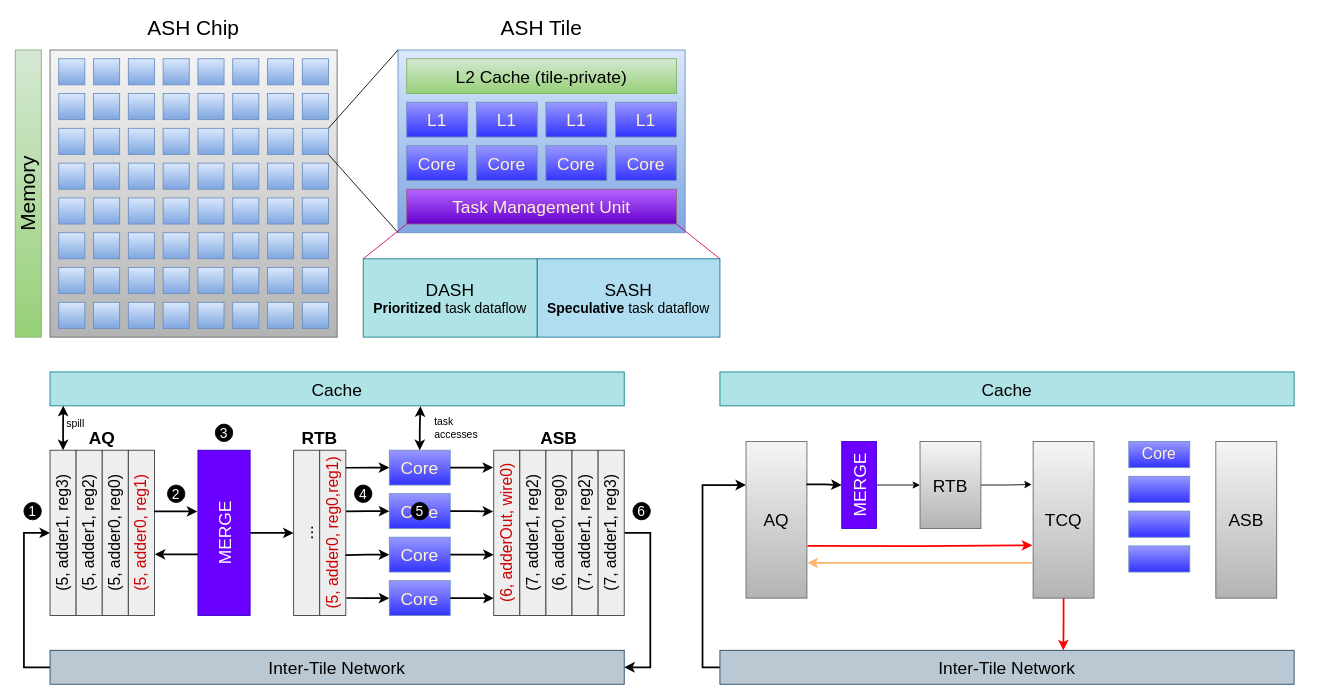
Above: verilator_digrams/专用硬件2_11.drawio in Dercury/CLDK (draw.io), before the change. Source tidied: cells renumbered, new cells numbered last; positions are measured from the earlier drawing's top-left corner, leaving out a move shared by most shapes. Both pictures are drawn from the tidied source at 87%, with x=0, y=0 at pixel (15, 15).
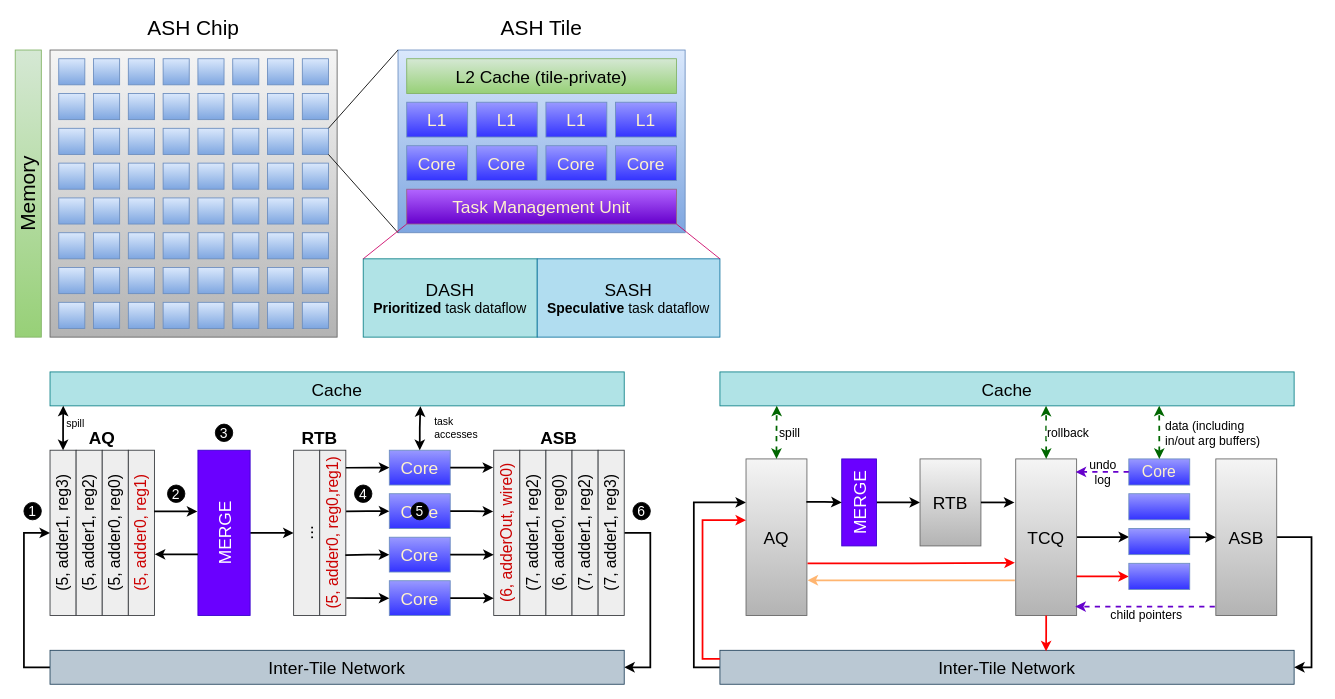
The same page after the edit.

Commit message (it also covers changes not shown here):
更新专用硬件2_11.drawio

The change refers to these unchanged cells:
```xml
<mxCell id="129" value="&lt;span style=&quot;font-size: 20px;&quot;&gt;Cache&lt;/span&gt;" style="rounded=0;whiteSpace=wrap;html=1;fillColor=#b0e3e6;strokeColor=#0e8088;" parent="1" vertex="1">
  <mxGeometry x="810" y="410" width="660" height="39" as="geometry" />
</mxCell>
<mxCell id="131" value="&lt;span style=&quot;font-size: 20px;&quot;&gt;Inter-Tile Network&lt;/span&gt;" style="rounded=0;whiteSpace=wrap;html=1;fillColor=#bac8d3;strokeColor=#23445d;" parent="1" vertex="1">
  <mxGeometry x="810" y="730" width="660" height="39" as="geometry" />
</mxCell>
```

Diff of the diagram source:
```diff
@@
     <mxCell id="130" style="edgeStyle=orthogonalEdgeStyle;rounded=0;jettySize=auto;html=1;exitX=0;exitY=0.5;exitDx=0;exitDy=0;strokeWidth=2;entryX=0;entryY=0.278;entryDx=0;entryDy=0;entryPerimeter=0;" parent="1" edge="1" source="131" target="134">
-      <mxGeometry relative="1" as="geometry" />
+      <mxGeometry relative="1" as="geometry">
+        <Array as="points">
+          <mxPoint x="780" y="749" />
+          <mxPoint x="780" y="560" />
+        </Array>
+      </mxGeometry>
     </mxCell>
@@
-    <mxCell id="132" style="edgeStyle=orthogonalEdgeStyle;rounded=0;jettySize=auto;html=1;exitX=1;exitY=0.5;exitDx=0;exitDy=0;entryX=0;entryY=0.5;entryDx=0;entryDy=0;" parent="1" edge="1" source="133" target="135">
+    <mxCell id="132" style="edgeStyle=orthogonalEdgeStyle;rounded=0;jettySize=auto;html=1;exitX=1;exitY=0.5;exitDx=0;exitDy=0;entryX=0;entryY=0.5;entryDx=0;entryDy=0;strokeWidth=2;" parent="1" edge="1" source="133" target="135">
       <mxGeometry relative="1" as="geometry" />
     </mxCell>
     <mxCell id="133" value="MERGE" style="rounded=0;whiteSpace=wrap;html=1;horizontal=0;fontSize=20;fillColor=#6a00ff;strokeColor=#3700CC;fontColor=#ffffff;" parent="1" vertex="1">
-      <mxGeometry x="950" y="490" width="40" height="100" as="geometry" />
+      <mxGeometry x="950" y="510" width="40" height="100" as="geometry" />
     </mxCell>
     <mxCell id="134" value="AQ" style="rounded=0;whiteSpace=wrap;html=1;horizontal=1;fontSize=20;fillColor=#f5f5f5;strokeColor=#666666;gradientColor=#b3b3b3;fontStyle=0;" parent="1" vertex="1">
-      <mxGeometry x="840" y="490" width="70" height="180" as="geometry" />
+      <mxGeometry x="840" y="510" width="70" height="180" as="geometry" />
     </mxCell>
     <mxCell id="135" value="RTB" style="rounded=0;whiteSpace=wrap;html=1;horizontal=1;fontSize=20;fillColor=#f5f5f5;strokeColor=#666666;gradientColor=#b3b3b3;fontStyle=0;" parent="1" vertex="1">
-      <mxGeometry x="1040" y="490" width="70" height="100" as="geometry" />
+      <mxGeometry x="1040" y="510" width="70" height="100" as="geometry" />
     </mxCell>
+    <mxCell id="147" style="edgeStyle=orthogonalEdgeStyle;rounded=0;jettySize=auto;html=1;exitX=1;exitY=0.5;exitDx=0;exitDy=0;entryX=0.005;entryY=0.322;entryDx=0;entryDy=0;entryPerimeter=0;strokeWidth=2;" parent="1" edge="1" source="136" target="140">
+      <mxGeometry relative="1" as="geometry" />
+    </mxCell>
     <mxCell id="136" value="TCQ" style="rounded=0;whiteSpace=wrap;html=1;horizontal=1;fontSize=20;fillColor=#f5f5f5;strokeColor=#666666;gradientColor=#b3b3b3;fontStyle=0;" parent="1" vertex="1">
-      <mxGeometry x="1170" y="490" width="70" height="180" as="geometry" />
+      <mxGeometry x="1150" y="510" width="70" height="180" as="geometry" />
     </mxCell>
+    <mxCell id="148" style="edgeStyle=orthogonalEdgeStyle;rounded=0;jettySize=auto;html=1;exitX=1;exitY=0.5;exitDx=0;exitDy=0;entryX=1;entryY=0.5;entryDx=0;entryDy=0;strokeWidth=2;" parent="1" edge="1" source="137" target="131">
+      <mxGeometry relative="1" as="geometry">
+        <Array as="points">
+          <mxPoint x="1490" y="600" />
+          <mxPoint x="1490" y="749" />
+        </Array>
+      </mxGeometry>
+    </mxCell>
     <mxCell id="137" value="ASB" style="rounded=0;whiteSpace=wrap;html=1;horizontal=1;fontSize=20;fillColor=#f5f5f5;strokeColor=#666666;gradientColor=#b3b3b3;fontStyle=0;" parent="1" vertex="1">
-      <mxGeometry x="1380" y="490" width="70" height="180" as="geometry" />
+      <mxGeometry x="1380" y="510" width="70" height="180" as="geometry" />
     </mxCell>
     <mxCell id="138" value="Core" style="rounded=0;whiteSpace=wrap;html=1;fillColor=#9999FF;gradientColor=#3333FF;strokeColor=#6c8ebf;fontSize=18;fontColor=#FFF2CC;" parent="1" vertex="1">
-      <mxGeometry x="1280" y="490" width="70" height="30" as="geometry" />
+      <mxGeometry x="1280" y="510" width="70" height="30" as="geometry" />
     </mxCell>
     <mxCell id="139" style="rounded=0;whiteSpace=wrap;html=1;fillColor=#9999FF;gradientColor=#3333FF;strokeColor=#6c8ebf;fontSize=18;fontColor=#FFF2CC;" parent="1" vertex="1">
-      <mxGeometry x="1280" y="530" width="70" height="30" as="geometry" />
+      <mxGeometry x="1280" y="550" width="70" height="30" as="geometry" />
     </mxCell>
     <mxCell id="140" style="rounded=0;whiteSpace=wrap;html=1;fillColor=#9999FF;gradientColor=#3333FF;strokeColor=#6c8ebf;fontSize=18;fontColor=#FFF2CC;" parent="1" vertex="1">
-      <mxGeometry x="1280" y="570" width="70" height="30" as="geometry" />
+      <mxGeometry x="1280" y="590" width="70" height="30" as="geometry" />
     </mxCell>
+    <mxCell id="149" style="edgeStyle=orthogonalEdgeStyle;rounded=0;jettySize=auto;html=1;exitX=0;exitY=0.5;exitDx=0;exitDy=0;entryX=1;entryY=0.75;entryDx=0;entryDy=0;startArrow=classic;startFill=1;endArrow=none;endFill=0;strokeWidth=2;strokeColor=#FF0000;" parent="1" edge="1" source="141" target="136">
+      <mxGeometry relative="1" as="geometry" />
+    </mxCell>
     <mxCell id="141" style="rounded=0;whiteSpace=wrap;html=1;fillColor=#9999FF;gradientColor=#3333FF;strokeColor=#6c8ebf;fontSize=18;fontColor=#FFF2CC;" parent="1" vertex="1">
-      <mxGeometry x="1280" y="610" width="70" height="30" as="geometry" />
+      <mxGeometry x="1280" y="630" width="70" height="30" as="geometry" />
     </mxCell>
-    <mxCell id="142" style="edgeStyle=orthogonalEdgeStyle;rounded=0;jettySize=auto;html=1;exitX=0.5;exitY=1;exitDx=0;exitDy=0;entryX=0.598;entryY=0;entryDx=0;entryDy=0;entryPerimeter=0;strokeWidth=2;strokeColor=#FF0000;" parent="1" edge="1" source="136" target="131">
+    <mxCell id="142" style="edgeStyle=orthogonalEdgeStyle;rounded=0;jettySize=auto;html=1;exitX=0.5;exitY=1;exitDx=0;exitDy=0;entryX=0.568;entryY=0.031;entryDx=0;entryDy=0;entryPerimeter=0;strokeWidth=2;strokeColor=#FF0000;" parent="1" edge="1" source="136" target="131">
       <mxGeometry relative="1" as="geometry" />
     </mxCell>
@@
-    <mxCell id="146" style="edgeStyle=orthogonalEdgeStyle;rounded=0;jettySize=auto;html=1;exitX=1;exitY=0.5;exitDx=0;exitDy=0;entryX=-0.022;entryY=0.274;entryDx=0;entryDy=0;entryPerimeter=0;" parent="1" edge="1" source="135" target="136">
+    <mxCell id="146" style="edgeStyle=orthogonalEdgeStyle;rounded=0;jettySize=auto;html=1;exitX=1;exitY=0.5;exitDx=0;exitDy=0;entryX=-0.022;entryY=0.274;entryDx=0;entryDy=0;entryPerimeter=0;strokeWidth=2;" parent="1" edge="1" source="135" target="136">
       <mxGeometry relative="1" as="geometry" />
     </mxCell>
+    <mxCell id="150" style="edgeStyle=orthogonalEdgeStyle;rounded=0;jettySize=auto;html=1;exitX=0;exitY=0.5;exitDx=0;exitDy=0;entryX=0.989;entryY=0.341;entryDx=0;entryDy=0;entryPerimeter=0;startArrow=classic;startFill=1;endArrow=none;endFill=0;strokeWidth=2;" parent="1" edge="1" source="137" target="140">
+      <mxGeometry relative="1" as="geometry" />
+    </mxCell>
+    <mxCell id="151" value="undo&lt;div style=&quot;font-size: 14px;&quot;&gt;log&lt;/div&gt;" style="edgeStyle=orthogonalEdgeStyle;rounded=0;jettySize=auto;html=1;exitX=0;exitY=0.5;exitDx=0;exitDy=0;entryX=0.984;entryY=0.083;entryDx=0;entryDy=0;entryPerimeter=0;strokeWidth=2;strokeColor=#6600CC;dashed=1;labelBackgroundColor=none;fontSize=14;" parent="1" edge="1" source="138" target="136">
+      <mxGeometry x="-0.02" relative="1" as="geometry" />
+    </mxCell>
+    <mxCell id="152" value="child pointers" style="edgeStyle=orthogonalEdgeStyle;rounded=0;jettySize=auto;html=1;exitX=-0.016;exitY=0.943;exitDx=0;exitDy=0;strokeWidth=2;strokeColor=#6600CC;dashed=1;exitPerimeter=0;entryX=0.978;entryY=0.943;entryDx=0;entryDy=0;entryPerimeter=0;fontSize=14;" parent="1" edge="1" source="137" target="136">
+      <mxGeometry x="-0.02" y="10" relative="1" as="geometry" />
+    </mxCell>
+    <mxCell id="153" value="data (including&lt;div style=&quot;font-size: 14px;&quot;&gt;in/out arg buffers)&lt;/div&gt;" style="edgeStyle=orthogonalEdgeStyle;rounded=0;jettySize=auto;html=1;exitX=0.5;exitY=0;exitDx=0;exitDy=0;entryX=0.765;entryY=0.997;entryDx=0;entryDy=0;entryPerimeter=0;startArrow=classic;startFill=1;strokeWidth=2;dashed=1;strokeColor=#006600;align=left;fontSize=14;" parent="1" edge="1" source="138" target="129">
+      <mxGeometry x="-0.03" y="-5" relative="1" as="geometry">
+        <Array as="points">
+          <mxPoint x="1315" y="480" />
+          <mxPoint x="1315" y="480" />
+        </Array>
+      </mxGeometry>
+    </mxCell>
+    <mxCell id="154" style="edgeStyle=orthogonalEdgeStyle;rounded=0;jettySize=auto;html=1;exitX=0;exitY=0.25;exitDx=0;exitDy=0;strokeWidth=2;entryX=0;entryY=0.391;entryDx=0;entryDy=0;entryPerimeter=0;strokeColor=#FF0000;" parent="1" edge="1" source="131" target="134">
+      <mxGeometry relative="1" as="geometry" />
+    </mxCell>
+    <mxCell id="155" value="spill" style="edgeStyle=orthogonalEdgeStyle;rounded=0;jettySize=auto;html=1;exitX=0.5;exitY=0;exitDx=0;exitDy=0;entryX=0.099;entryY=0.995;entryDx=0;entryDy=0;entryPerimeter=0;startArrow=classic;startFill=1;strokeWidth=2;dashed=1;strokeColor=#006600;fontSize=14;" parent="1" edge="1" source="134" target="129">
+      <mxGeometry y="-15" relative="1" as="geometry">
+        <mxPoint y="1" as="offset" />
+      </mxGeometry>
+    </mxCell>
+    <mxCell id="156" value="rollback" style="edgeStyle=orthogonalEdgeStyle;rounded=0;jettySize=auto;html=1;exitX=0.5;exitY=0;exitDx=0;exitDy=0;entryX=0.568;entryY=1;entryDx=0;entryDy=0;entryPerimeter=0;startArrow=classic;startFill=1;strokeWidth=2;dashed=1;strokeColor=#006600;fontSize=14;" parent="1" edge="1" source="136" target="129">
+      <mxGeometry x="-0.02" y="-25" relative="1" as="geometry">
+        <Array as="points">
+          <mxPoint x="1185" y="480" />
+          <mxPoint x="1185" y="480" />
+        </Array>
+      </mxGeometry>
+    </mxCell>
```
